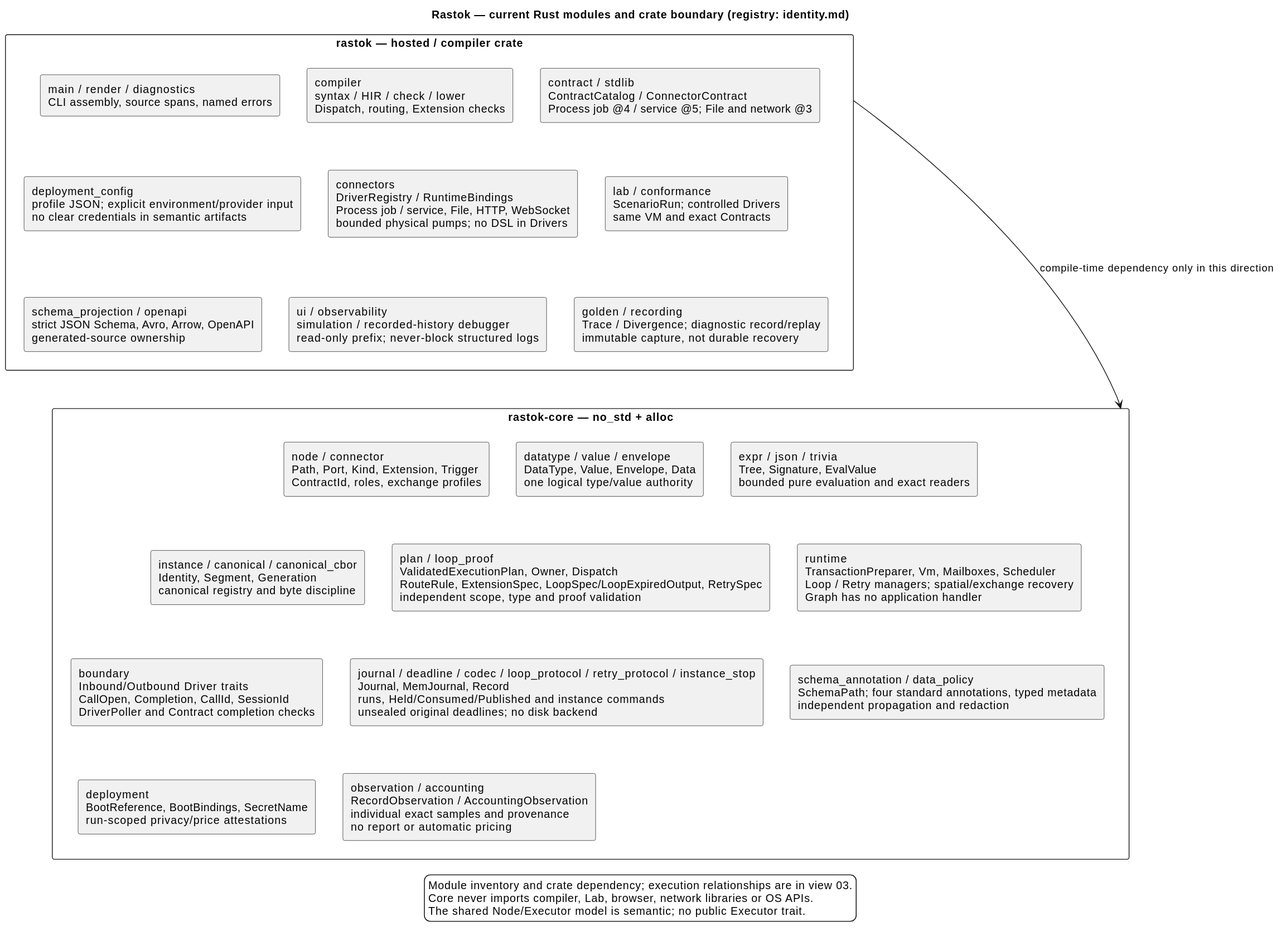
This is docs/architecture/06-rastok-modules-overview.svg from rastok-io/rastok, a PlantUML export, as it was before one commit.
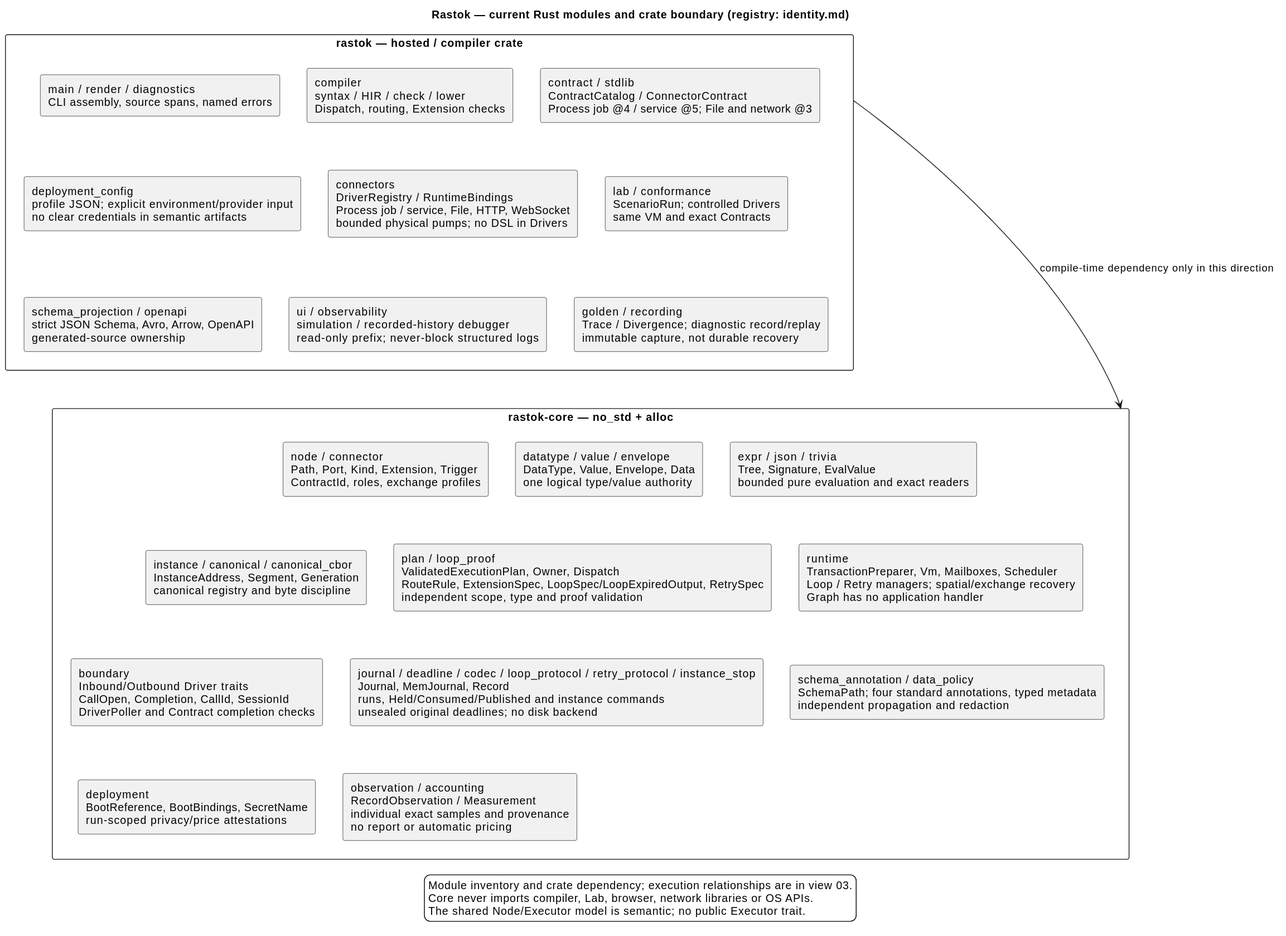
The same diagram one commit later.

The edit, as a diff of the source:
```diff
@@ -21,14 +21,14 @@
   rectangle "node / connector\nPath, Port, Kind, Extension, Trigger\nContractId, roles, exchange profiles" as NODE
   rectangle "datatype / value / envelope\nDataType, Value, Envelope, Data\none logical type/value authority" as DATA
   rectangle "expr / json / trivia\nTree, Signature, EvalValue\nbounded pure evaluation and exact readers" as EXPR
-  rectangle "instance / canonical / canonical_cbor\nIdentity, Segment, Generation\ncanonical registry and byte discipline" as IDENTITY
+  rectangle "instance / canonical / canonical_cbor\nInstanceAddress, Segment, Generation\ncanonical registry and byte discipline" as IDENTITY
   rectangle "plan / loop_proof\nValidatedExecutionPlan, Owner, Dispatch\nRouteRule, ExtensionSpec, LoopSpec/LoopExpiredOutput, RetrySpec\nindependent scope, type and proof validation" as PLAN
   rectangle "runtime\nTransactionPreparer, Vm, Mailboxes, Scheduler\nLoop / Retry managers; spatial/exchange recovery\nGraph has no application handler" as VM
   rectangle "boundary\nInbound/Outbound Driver traits\nCallOpen, Completion, CallId, SessionId\nDriverPoller and Contract completion checks" as BOUNDARY
   rectangle "journal / deadline / codec / loop_protocol / retry_protocol / instance_stop\nJournal, MemJournal, Record\nruns, Held/Consumed/Published and instance commands\nunsealed original deadlines; no disk backend" as JOURNAL
   rectangle "schema_annotation / data_policy\nSchemaPath; four standard annotations, typed metadata\nindependent propagation and redaction" as POLICY
   rectangle "deployment\nBootReference, BootBindings, SecretName\nrun-scoped privacy/price attestations" as DEPLOY
-  rectangle "observation / accounting\nRecordObservation / AccountingObservation\nindividual exact samples and provenance\nno report or automatic pricing" as REPORT
+  rectangle "observation / accounting\nRecordObservation / Measurement\nindividual exact samples and provenance\nno report or automatic pricing" as REPORT
 }
 
 ENTRY -[hidden]right-> COMP
```
